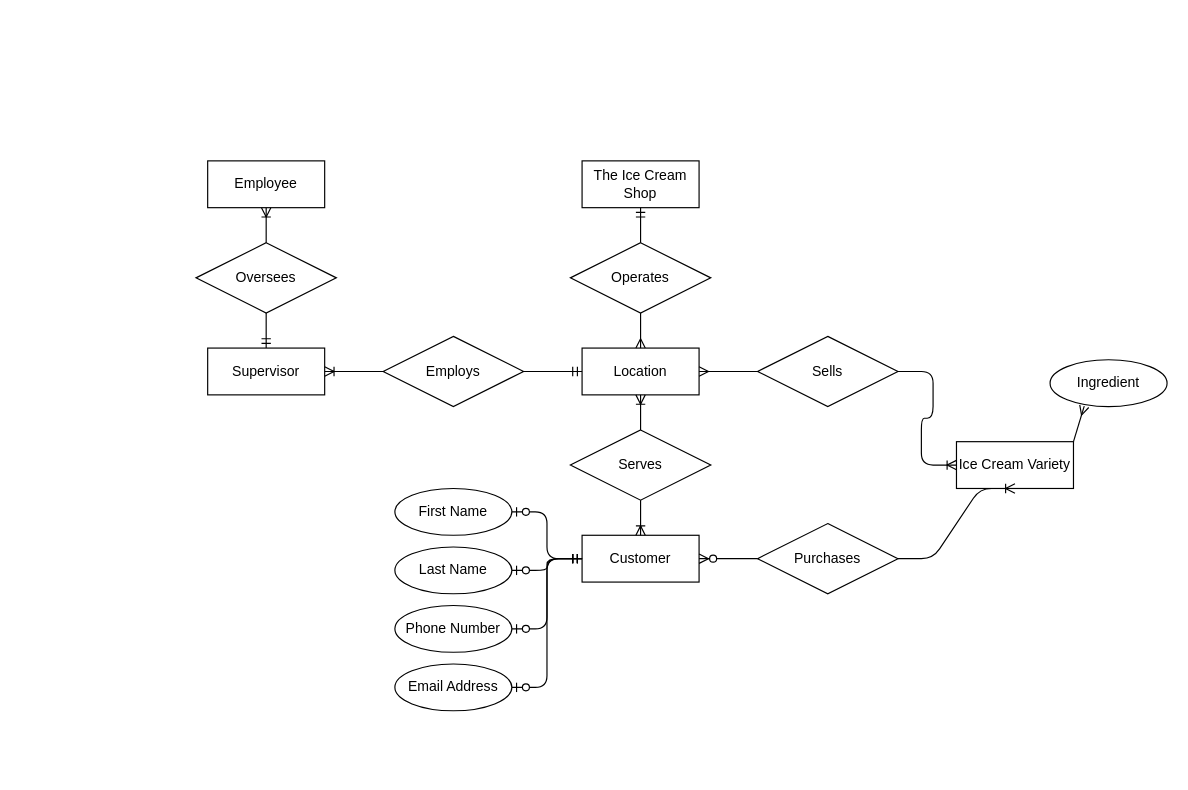
This is Untitled Diagram.drawio from SethKursel/IS6030, a draw.io file, before an edit. Source tidied: cells renumbered, new cells numbered last; positions are measured from the earlier drawing's top-left corner, leaving out a move shared by most shapes. Both pictures are drawn from the tidied source at 117%, with x=0, y=0 at pixel (195, 160).
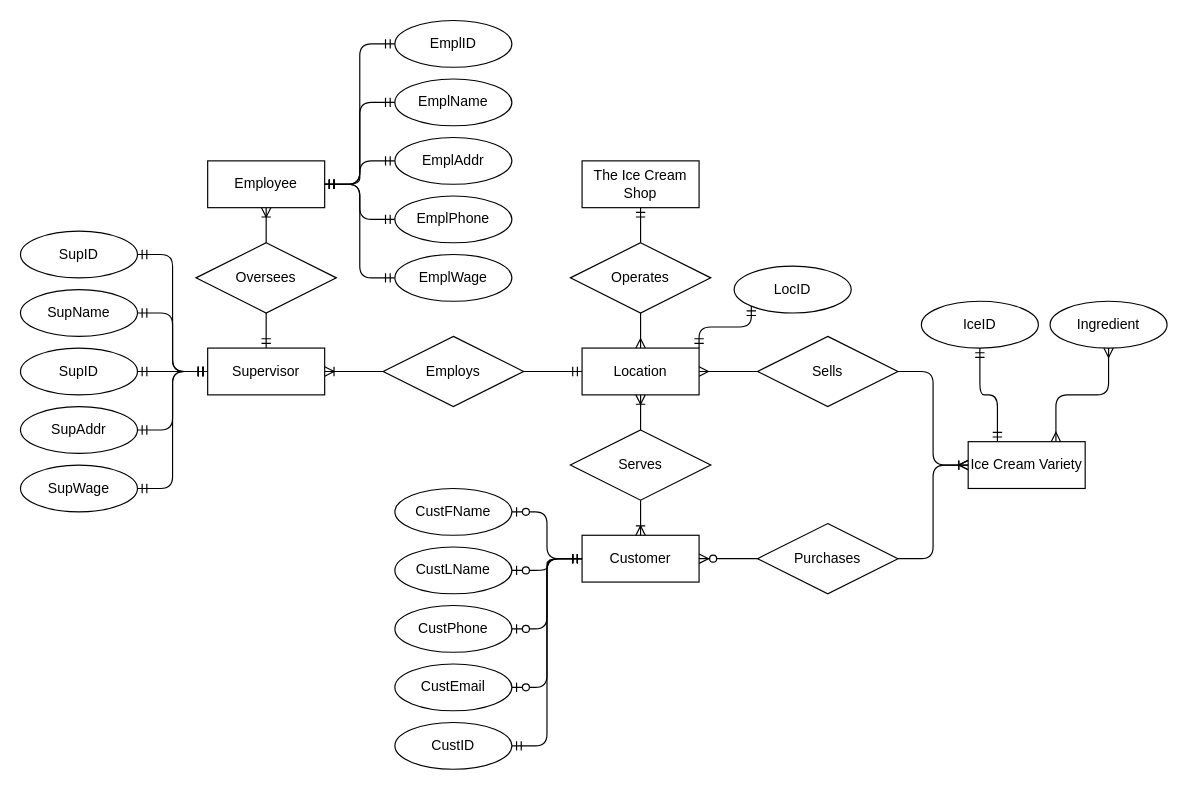
The same diagram, later.

The change refers to these unchanged cells:
```xml
<mxCell id="4" value="Location" style="whiteSpace=wrap;html=1;align=center;" parent="1" vertex="1">
  <mxGeometry x="330" y="160" width="100" height="40" as="geometry" />
</mxCell>
<mxCell id="6" value="Customer" style="whiteSpace=wrap;html=1;align=center;" parent="1" vertex="1">
  <mxGeometry x="330" y="320" width="100" height="40" as="geometry" />
</mxCell>
<mxCell id="21" value="Supervisor" style="whiteSpace=wrap;html=1;align=center;" parent="1" vertex="1">
  <mxGeometry x="10" y="160" width="100" height="40" as="geometry" />
</mxCell>
<mxCell id="24" value="Employee" style="whiteSpace=wrap;html=1;align=center;" parent="1" vertex="1">
  <mxGeometry x="10" width="100" height="40" as="geometry" />
</mxCell>
<mxCell id="30" value="Purchases" style="shape=rhombus;perimeter=rhombusPerimeter;whiteSpace=wrap;html=1;align=center;" parent="1" vertex="1">
  <mxGeometry x="480" y="310" width="120" height="60" as="geometry" />
</mxCell>
```

Change to the diagram source:
```diff
@@
-    <mxCell id="7" value="Phone Number" style="ellipse;whiteSpace=wrap;html=1;align=center;" parent="1" vertex="1">
+    <mxCell id="7" value="CustPhone" style="ellipse;whiteSpace=wrap;html=1;align=center;" parent="1" vertex="1">
       <mxGeometry x="170" y="380" width="100" height="40" as="geometry" />
     </mxCell>
-    <mxCell id="8" value="Email Address" style="ellipse;whiteSpace=wrap;html=1;align=center;" parent="1" vertex="1">
+    <mxCell id="8" value="CustEmail" style="ellipse;whiteSpace=wrap;html=1;align=center;" parent="1" vertex="1">
       <mxGeometry x="170" y="430" width="100" height="40" as="geometry" />
     </mxCell>
-    <mxCell id="9" value="First Name" style="ellipse;whiteSpace=wrap;html=1;align=center;" parent="1" vertex="1">
+    <mxCell id="9" value="CustFName" style="ellipse;whiteSpace=wrap;html=1;align=center;" parent="1" vertex="1">
       <mxGeometry x="170" y="280" width="100" height="40" as="geometry" />
     </mxCell>
-    <mxCell id="10" value="Last Name" style="ellipse;whiteSpace=wrap;html=1;align=center;" parent="1" vertex="1">
+    <mxCell id="10" value="CustLName" style="ellipse;whiteSpace=wrap;html=1;align=center;" parent="1" vertex="1">
       <mxGeometry x="170" y="330" width="100" height="40" as="geometry" />
     </mxCell>
@@
+    <mxCell id="36" style="edgeStyle=entityRelationEdgeStyle;jettySize=auto;html=1;exitX=0;exitY=0.5;exitDx=0;exitDy=0;entryX=1;entryY=0.5;entryDx=0;entryDy=0;startArrow=ERmandOne;endArrow=ERmandOne;fontSize=12;" parent="1" edge="1" source="21" target="55">
+      <mxGeometry relative="1" as="geometry" />
+    </mxCell>
+    <mxCell id="37" style="edgeStyle=entityRelationEdgeStyle;jettySize=auto;html=1;exitX=0;exitY=0.5;exitDx=0;exitDy=0;entryX=1;entryY=0.5;entryDx=0;entryDy=0;startArrow=ERmandOne;endArrow=ERmandOne;fontSize=12;" parent="1" edge="1" source="21" target="51">
+      <mxGeometry relative="1" as="geometry" />
+    </mxCell>
+    <mxCell id="38" style="edgeStyle=entityRelationEdgeStyle;jettySize=auto;html=1;exitX=0;exitY=0.5;exitDx=0;exitDy=0;entryX=1;entryY=0.5;entryDx=0;entryDy=0;startArrow=ERmandOne;endArrow=ERmandOne;fontSize=12;" parent="1" edge="1" source="21" target="54">
+      <mxGeometry relative="1" as="geometry" />
+    </mxCell>
+    <mxCell id="39" style="edgeStyle=entityRelationEdgeStyle;jettySize=auto;html=1;exitX=0;exitY=0.5;exitDx=0;exitDy=0;entryX=1;entryY=0.5;entryDx=0;entryDy=0;startArrow=ERmandOne;endArrow=ERmandOne;fontSize=12;" parent="1" edge="1" source="21" target="53">
+      <mxGeometry relative="1" as="geometry" />
+    </mxCell>
+    <mxCell id="40" style="edgeStyle=entityRelationEdgeStyle;jettySize=auto;html=1;exitX=0;exitY=0.5;exitDx=0;exitDy=0;entryX=1;entryY=0.5;entryDx=0;entryDy=0;startArrow=ERmandOne;endArrow=ERmandOne;fontSize=12;" parent="1" edge="1" source="21" target="52">
+      <mxGeometry relative="1" as="geometry" />
+    </mxCell>
@@
+    <mxCell id="41" style="edgeStyle=elbowEdgeStyle;jettySize=auto;elbow=vertical;html=1;startArrow=ERmandOne;endArrow=ERmandOne;fontSize=12;exitX=0.25;exitY=0;exitDx=0;exitDy=0;" parent="1" edge="1" source="29" target="61">
+      <mxGeometry relative="1" as="geometry" />
+    </mxCell>
     <mxCell id="29" value="Ice Cream Variety" style="whiteSpace=wrap;html=1;align=center;" parent="1" vertex="1">
-      <mxGeometry x="650" y="240" width="100" height="40" as="geometry" />
+      <mxGeometry x="660" y="240" width="100" height="40" as="geometry" />
     </mxCell>
@@
     <mxCell id="32" value="Ingredient" style="ellipse;whiteSpace=wrap;html=1;align=center;" parent="1" vertex="1">
-      <mxGeometry x="730" y="170" width="100" height="40" as="geometry" />
+      <mxGeometry x="730" y="120" width="100" height="40" as="geometry" />
     </mxCell>
-    <mxCell id="33" style="fontSize=12;html=1;endArrow=ERmany;exitX=1;exitY=0;exitDx=0;exitDy=0;entryX=0.292;entryY=0.991;entryDx=0;entryDy=0;entryPerimeter=0;" parent="1" edge="1" source="29" target="32">
-      <mxGeometry relative="1" as="geometry" />
-    </mxCell>
@@
-    <mxCell id="35" style="edgeStyle=entityRelationEdgeStyle;fontSize=12;html=1;endArrow=ERoneToMany;entryX=0.5;entryY=1;entryDx=0;entryDy=0;exitX=1;exitY=0.5;exitDx=0;exitDy=0;" parent="1" edge="1" source="30" target="29">
+    <mxCell id="35" style="edgeStyle=entityRelationEdgeStyle;fontSize=12;html=1;endArrow=ERoneToMany;entryX=0;entryY=0.5;entryDx=0;entryDy=0;exitX=1;exitY=0.5;exitDx=0;exitDy=0;" parent="1" edge="1" source="30" target="29">
       <mxGeometry relative="1" as="geometry" />
     </mxCell>
+    <mxCell id="42" style="edgeStyle=entityRelationEdgeStyle;jettySize=auto;html=1;exitX=0;exitY=0.5;exitDx=0;exitDy=0;entryX=1;entryY=0.5;entryDx=0;entryDy=0;startArrow=ERmandOne;endArrow=ERmandOne;fontSize=12;" parent="1" edge="1" source="43" target="24">
+      <mxGeometry relative="1" as="geometry" />
+    </mxCell>
+    <mxCell id="43" value="EmplName" style="ellipse;whiteSpace=wrap;html=1;align=center;" parent="1" vertex="1">
+      <mxGeometry x="170" y="-70" width="100" height="40" as="geometry" />
+    </mxCell>
+    <mxCell id="44" style="edgeStyle=entityRelationEdgeStyle;jettySize=auto;html=1;exitX=0;exitY=0.5;exitDx=0;exitDy=0;entryX=1;entryY=0.5;entryDx=0;entryDy=0;startArrow=ERmandOne;endArrow=ERmandOne;fontSize=12;" parent="1" edge="1" source="45" target="24">
+      <mxGeometry relative="1" as="geometry" />
+    </mxCell>
+    <mxCell id="45" value="EmplWage" style="ellipse;whiteSpace=wrap;html=1;align=center;" parent="1" vertex="1">
+      <mxGeometry x="170" y="80" width="100" height="40" as="geometry" />
+    </mxCell>
+    <mxCell id="46" style="edgeStyle=entityRelationEdgeStyle;jettySize=auto;html=1;exitX=0;exitY=0.5;exitDx=0;exitDy=0;entryX=1;entryY=0.5;entryDx=0;entryDy=0;startArrow=ERmandOne;endArrow=ERmandOne;fontSize=12;" parent="1" edge="1" source="47" target="24">
+      <mxGeometry relative="1" as="geometry" />
+    </mxCell>
+    <mxCell id="47" value="EmplPhone" style="ellipse;whiteSpace=wrap;html=1;align=center;" parent="1" vertex="1">
+      <mxGeometry x="170" y="30" width="100" height="40" as="geometry" />
+    </mxCell>
+    <mxCell id="48" style="edgeStyle=entityRelationEdgeStyle;jettySize=auto;html=1;exitX=0;exitY=0.5;exitDx=0;exitDy=0;startArrow=ERmandOne;endArrow=ERmandOne;fontSize=12;entryX=1;entryY=0.5;entryDx=0;entryDy=0;" parent="1" edge="1" source="49" target="24">
+      <mxGeometry relative="1" as="geometry" />
+    </mxCell>
+    <mxCell id="49" value="EmplAddr" style="ellipse;whiteSpace=wrap;html=1;align=center;" parent="1" vertex="1">
+      <mxGeometry x="170" y="-20" width="100" height="40" as="geometry" />
+    </mxCell>
+    <mxCell id="50" value="EmplID" style="ellipse;whiteSpace=wrap;html=1;align=center;" parent="1" vertex="1">
+      <mxGeometry x="170" y="-120" width="100" height="40" as="geometry" />
+    </mxCell>
+    <mxCell id="51" value="SupName" style="ellipse;whiteSpace=wrap;html=1;align=center;" parent="1" vertex="1">
+      <mxGeometry x="-150" y="110" width="100" height="40" as="geometry" />
+    </mxCell>
+    <mxCell id="52" value="SupWage" style="ellipse;whiteSpace=wrap;html=1;align=center;" parent="1" vertex="1">
+      <mxGeometry x="-150" y="260" width="100" height="40" as="geometry" />
+    </mxCell>
+    <mxCell id="53" value="SupAddr" style="ellipse;whiteSpace=wrap;html=1;align=center;" parent="1" vertex="1">
+      <mxGeometry x="-150" y="210" width="100" height="40" as="geometry" />
+    </mxCell>
+    <mxCell id="54" value="SupID" style="ellipse;whiteSpace=wrap;html=1;align=center;" parent="1" vertex="1">
+      <mxGeometry x="-150" y="160" width="100" height="40" as="geometry" />
+    </mxCell>
+    <mxCell id="55" value="SupID" style="ellipse;whiteSpace=wrap;html=1;align=center;" parent="1" vertex="1">
+      <mxGeometry x="-150" y="60" width="100" height="40" as="geometry" />
+    </mxCell>
+    <mxCell id="56" style="edgeStyle=entityRelationEdgeStyle;jettySize=auto;html=1;exitX=1;exitY=0.5;exitDx=0;exitDy=0;entryX=0;entryY=0.5;entryDx=0;entryDy=0;startArrow=ERmandOne;endArrow=ERmandOne;fontSize=12;" parent="1" edge="1" source="57" target="6">
+      <mxGeometry relative="1" as="geometry" />
+    </mxCell>
+    <mxCell id="57" value="CustID" style="ellipse;whiteSpace=wrap;html=1;align=center;" parent="1" vertex="1">
+      <mxGeometry x="170" y="480" width="100" height="40" as="geometry" />
+    </mxCell>
+    <mxCell id="58" style="edgeStyle=entityRelationEdgeStyle;fontSize=12;html=1;endArrow=ERmandOne;startArrow=ERmandOne;entryX=0;entryY=0.5;entryDx=0;entryDy=0;exitX=1;exitY=0.5;exitDx=0;exitDy=0;" parent="1" edge="1" source="24" target="50">
+      <mxGeometry relative="1" as="geometry" />
+    </mxCell>
+    <mxCell id="59" style="edgeStyle=elbowEdgeStyle;jettySize=auto;elbow=vertical;html=1;exitX=0;exitY=1;exitDx=0;exitDy=0;entryX=1;entryY=0;entryDx=0;entryDy=0;startArrow=ERmandOne;endArrow=ERmandOne;fontSize=12;" parent="1" edge="1" source="60" target="4">
+      <mxGeometry relative="1" as="geometry" />
+    </mxCell>
+    <mxCell id="60" value="LocID" style="ellipse;whiteSpace=wrap;html=1;align=center;" parent="1" vertex="1">
+      <mxGeometry x="460" y="90" width="100" height="40" as="geometry" />
+    </mxCell>
+    <mxCell id="61" value="IceID" style="ellipse;whiteSpace=wrap;html=1;align=center;" parent="1" vertex="1">
+      <mxGeometry x="620" y="120" width="100" height="40" as="geometry" />
+    </mxCell>
+    <mxCell id="62" style="edgeStyle=elbowEdgeStyle;orthogonalLoop=1;jettySize=auto;elbow=vertical;html=1;entryX=0.5;entryY=0;entryDx=0;entryDy=0;startArrow=ERmandOne;endArrow=ERmandOne;fontSize=12;" parent="1" edge="1" source="29" target="29">
+      <mxGeometry relative="1" as="geometry" />
+    </mxCell>
+    <mxCell id="33" style="edgeStyle=elbowEdgeStyle;fontSize=12;html=1;endArrow=ERmany;startArrow=ERmany;entryX=0.5;entryY=1;entryDx=0;entryDy=0;exitX=0.75;exitY=0;exitDx=0;exitDy=0;elbow=vertical;" parent="1" edge="1" source="29" target="32">
+      <mxGeometry relative="1" as="geometry" />
+    </mxCell>
```
